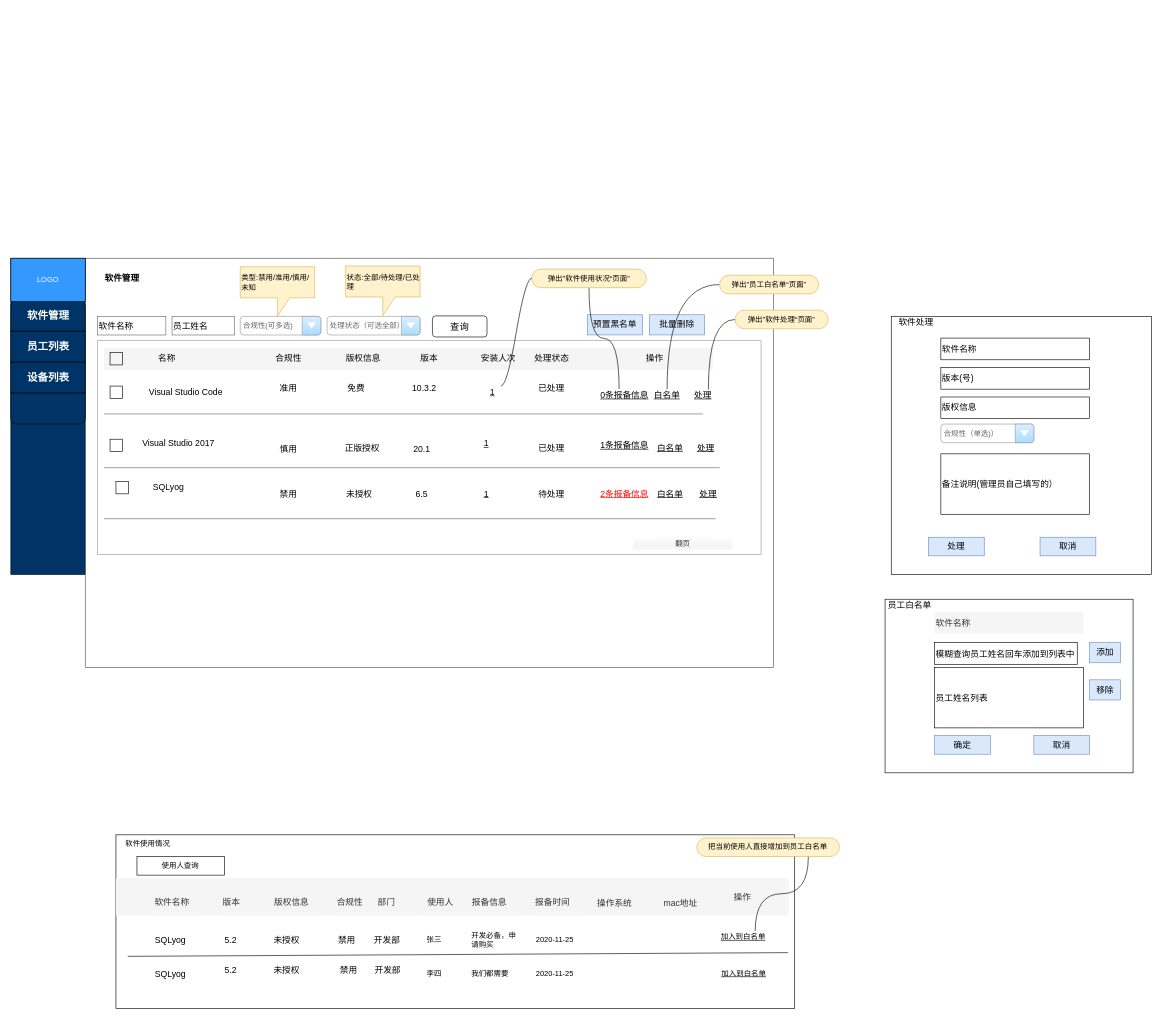
mashifei/uml keeps this draw.io diagram as page "后台管理v2" (8 of 8) of 正版软件管理.drawio. Above is the earlier version. Source tidied: cells renumbered, new cells numbered last; positions are measured from the earlier drawing's top-left corner, leaving out a move shared by most shapes. Both pictures are drawn from the tidied source at 62%, with x=0, y=0 at pixel (11, 258).
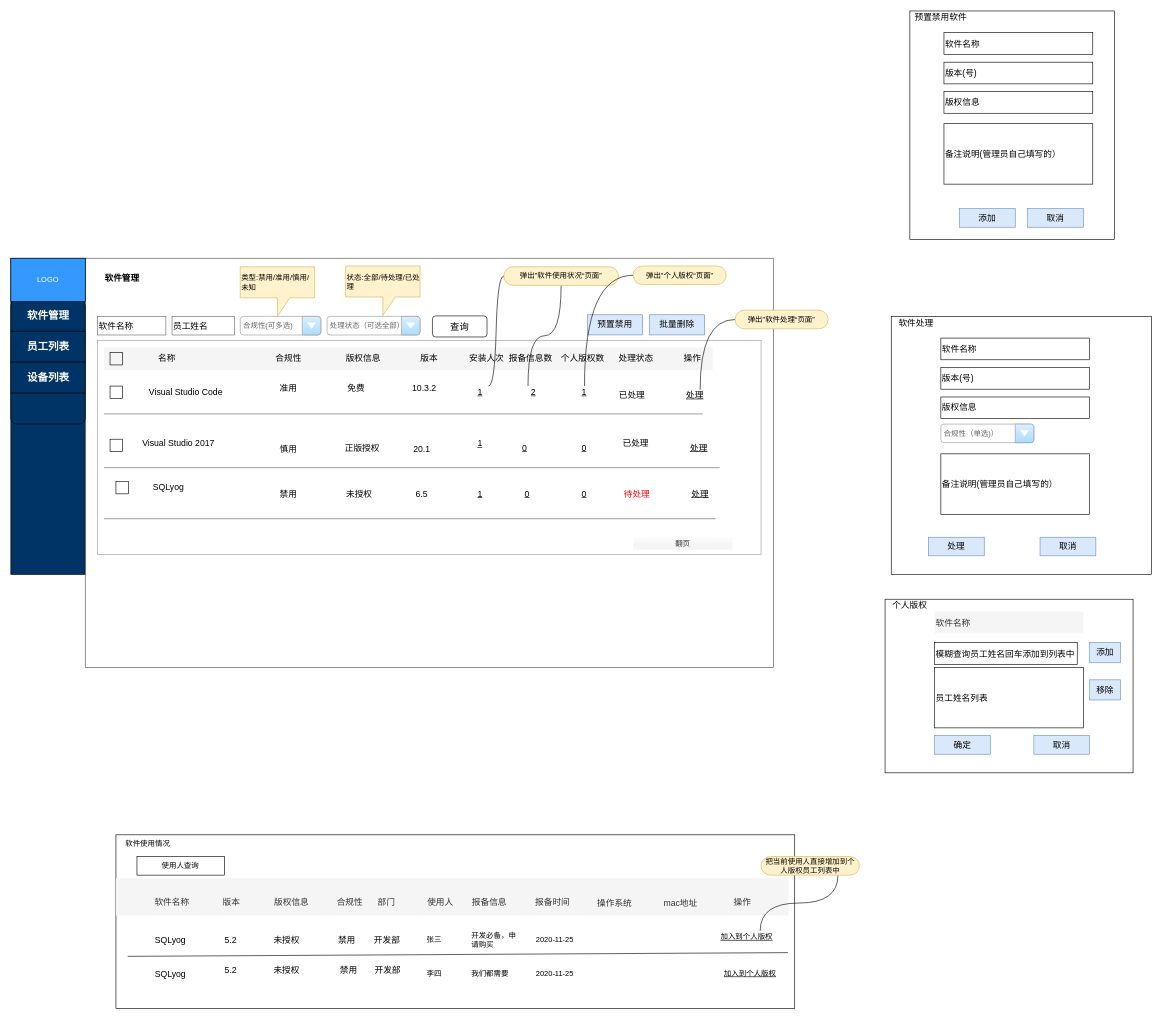
After the change.

Diff of the diagram source:
```diff
@@
-    <mxCell id="15" value="预置黑名单" style="rounded=0;whiteSpace=wrap;html=1;shadow=0;sketch=0;fontSize=14;fillColor=#dae8fc;strokeColor=#6c8ebf;" parent="1" vertex="1">
+    <mxCell id="15" value="预置禁用" style="rounded=0;whiteSpace=wrap;html=1;shadow=0;sketch=0;fontSize=14;fillColor=#dae8fc;strokeColor=#6c8ebf;" parent="1" vertex="1">
       <mxGeometry x="930" y="91.2" width="89" height="32.5" as="geometry" />
     </mxCell>
@@
     <mxCell id="37" value="1" style="text;html=1;strokeColor=none;fillColor=none;align=center;verticalAlign=middle;whiteSpace=wrap;rounded=0;shadow=0;sketch=0;fontSize=14;opacity=30;fontStyle=4;" parent="1" vertex="1">
-      <mxGeometry x="750" y="206.2" width="53.9" height="20" as="geometry" />
+      <mxGeometry x="730" y="206.2" width="53.9" height="20" as="geometry" />
     </mxCell>
     <mxCell id="38" value="1" style="text;html=1;strokeColor=none;fillColor=none;align=center;verticalAlign=middle;whiteSpace=wrap;rounded=0;shadow=0;sketch=0;fontSize=14;opacity=30;fontStyle=4;" parent="1" vertex="1">
-      <mxGeometry x="740" y="289.2" width="53.9" height="20" as="geometry" />
+      <mxGeometry x="730" y="289.2" width="53.9" height="20" as="geometry" />
     </mxCell>
     <mxCell id="39" value="1" style="text;html=1;strokeColor=none;fillColor=none;align=center;verticalAlign=middle;whiteSpace=wrap;rounded=0;shadow=0;sketch=0;fontSize=14;opacity=30;fontStyle=4;" parent="1" vertex="1">
-      <mxGeometry x="740" y="370" width="53.9" height="20" as="geometry" />
+      <mxGeometry x="730" y="370" width="53.9" height="20" as="geometry" />
     </mxCell>
     <mxCell id="40" value="已处理" style="text;html=1;strokeColor=none;fillColor=none;align=center;verticalAlign=middle;whiteSpace=wrap;rounded=0;shadow=0;sketch=0;fontSize=14;" parent="1" vertex="1">
-      <mxGeometry x="830" y="200" width="84.4" height="20" as="geometry" />
+      <mxGeometry x="960" y="211.2" width="84.4" height="20" as="geometry" />
     </mxCell>
-    <mxCell id="41" value="已处理" style="text;html=1;strokeColor=none;fillColor=none;align=center;verticalAlign=middle;whiteSpace=wrap;rounded=0;shadow=0;sketch=0;fontSize=14;" parent="1" vertex="1">
-      <mxGeometry x="830" y="295.5" width="84.4" height="20" as="geometry" />
+    <mxCell id="41" value="0" style="text;html=1;strokeColor=none;fillColor=none;align=center;verticalAlign=middle;whiteSpace=wrap;rounded=0;shadow=0;sketch=0;fontSize=14;fontStyle=4;" parent="1" vertex="1">
+      <mxGeometry x="883.1" y="295.5" width="84.4" height="20" as="geometry" />
     </mxCell>
-    <mxCell id="42" value="待处理" style="text;html=1;strokeColor=none;fillColor=none;align=center;verticalAlign=middle;whiteSpace=wrap;rounded=0;shadow=0;sketch=0;fontSize=14;" parent="1" vertex="1">
-      <mxGeometry x="830" y="370" width="84.4" height="20" as="geometry" />
+    <mxCell id="42" value="0" style="text;html=1;strokeColor=none;fillColor=none;align=center;verticalAlign=middle;whiteSpace=wrap;rounded=0;shadow=0;sketch=0;fontSize=14;fontStyle=4;" parent="1" vertex="1">
+      <mxGeometry x="883.1" y="370" width="84.4" height="20" as="geometry" />
     </mxCell>
@@
-    <mxCell id="47" value="1条报备信息" style="text;html=1;strokeColor=none;fillColor=none;align=center;verticalAlign=middle;whiteSpace=wrap;rounded=0;shadow=0;sketch=0;fontSize=14;fontStyle=4;" parent="1" vertex="1">
-      <mxGeometry x="940" y="291.9" width="100" height="20" as="geometry" />
-    </mxCell>
-    <mxCell id="48" value="2条报备信息" style="text;html=1;strokeColor=none;fillColor=none;align=center;verticalAlign=middle;whiteSpace=wrap;rounded=0;shadow=0;sketch=0;fontSize=14;fontStyle=4;fontColor=#FF0000;" parent="1" vertex="1">
-      <mxGeometry x="940" y="370" width="100" height="20" as="geometry" />
+    <mxCell id="48" value="待处理" style="text;html=1;strokeColor=none;fillColor=none;align=center;verticalAlign=middle;whiteSpace=wrap;rounded=0;shadow=0;sketch=0;fontSize=14;fontStyle=0;fontColor=#FF0000;" parent="1" vertex="1">
+      <mxGeometry x="960" y="370" width="100" height="20" as="geometry" />
     </mxCell>
     <mxCell id="49" value="处理" style="text;html=1;strokeColor=none;fillColor=none;align=center;verticalAlign=middle;whiteSpace=wrap;rounded=0;shadow=0;sketch=0;fontSize=14;fontStyle=4;" parent="1" vertex="1">
-      <mxGeometry x="1083.3" y="211.2" width="66.9" height="20" as="geometry" />
+      <mxGeometry x="1070" y="211.2" width="66.9" height="20" as="geometry" />
     </mxCell>
     <mxCell id="50" value="处理" style="text;html=1;strokeColor=none;fillColor=none;align=center;verticalAlign=middle;whiteSpace=wrap;rounded=0;shadow=0;sketch=0;fontSize=14;fontStyle=4;" parent="1" vertex="1">
-      <mxGeometry x="1091.9" y="295.5" width="58.3" height="20" as="geometry" />
+      <mxGeometry x="1080.9" y="295.5" width="58.3" height="20" as="geometry" />
     </mxCell>
     <mxCell id="51" value="处理" style="text;html=1;strokeColor=none;fillColor=none;align=center;verticalAlign=middle;whiteSpace=wrap;rounded=0;shadow=0;sketch=0;fontSize=14;fontStyle=4;" parent="1" vertex="1">
-      <mxGeometry x="1100.2" y="370" width="50" height="20" as="geometry" />
+      <mxGeometry x="1086.9" y="370" width="50" height="20" as="geometry" />
     </mxCell>
@@
     <mxCell id="63" value="安装人次" style="text;html=1;strokeColor=none;fillColor=none;align=center;verticalAlign=middle;whiteSpace=wrap;rounded=0;shadow=0;sketch=0;fontSize=14;" parent="1" vertex="1">
-      <mxGeometry x="737.6" y="152.1" width="96.9" height="20" as="geometry" />
+      <mxGeometry x="719.3" y="152.1" width="96.9" height="20" as="geometry" />
     </mxCell>
@@
     <mxCell id="69" value="处理状态" style="text;html=1;strokeColor=none;fillColor=none;align=center;verticalAlign=middle;whiteSpace=wrap;rounded=0;shadow=0;sketch=0;fontSize=14;" parent="1" vertex="1">
-      <mxGeometry x="823.8" y="152.1" width="96.9" height="20" as="geometry" />
+      <mxGeometry x="960" y="152.1" width="96.9" height="20" as="geometry" />
     </mxCell>
     <mxCell id="70" value="操作" style="text;html=1;strokeColor=none;fillColor=none;align=center;verticalAlign=middle;whiteSpace=wrap;rounded=0;shadow=0;sketch=0;fontSize=14;" parent="1" vertex="1">
-      <mxGeometry x="990" y="152.1" width="96.9" height="20" as="geometry" />
+      <mxGeometry x="1051.1" y="152.1" width="96.9" height="20" as="geometry" />
     </mxCell>
@@
-    <mxCell id="72" value="员工白名单" style="text;html=1;strokeColor=none;fillColor=none;align=center;verticalAlign=middle;whiteSpace=wrap;rounded=0;shadow=0;sketch=0;fontSize=14;fontColor=#000000;" parent="1" vertex="1">
+    <mxCell id="72" value="个人版权" style="text;html=1;strokeColor=none;fillColor=none;align=center;verticalAlign=middle;whiteSpace=wrap;rounded=0;shadow=0;sketch=0;fontSize=14;fontColor=#000000;" parent="1" vertex="1">
       <mxGeometry x="1400" y="550" width="100" height="20" as="geometry" />
     </mxCell>
@@
     <mxCell id="87" value="操作" style="rounded=0;whiteSpace=wrap;html=1;shadow=0;sketch=0;fillColor=#f5f5f5;fontSize=14;fontColor=#333333;align=left;strokeColor=none;" parent="1" vertex="1">
-      <mxGeometry x="1163.8" y="1012.5" width="67" height="35" as="geometry" />
+      <mxGeometry x="1163.8" y="1020" width="67" height="35" as="geometry" />
     </mxCell>
-    <mxCell id="88" value="加入到白名单" style="text;html=1;strokeColor=none;fillColor=none;align=center;verticalAlign=middle;whiteSpace=wrap;rounded=0;fontSize=12;fontColor=#000000;fontStyle=4;" parent="1" vertex="1">
-      <mxGeometry x="1144.3" y="1085" width="75" height="20" as="geometry" />
+    <mxCell id="88" value="加入到个人版权" style="text;html=1;strokeColor=none;fillColor=none;align=center;verticalAlign=middle;whiteSpace=wrap;rounded=0;fontSize=12;fontColor=#000000;fontStyle=4;" parent="1" vertex="1">
+      <mxGeometry x="1144.3" y="1085" width="85.7" height="20" as="geometry" />
     </mxCell>
-    <mxCell id="89" value="加入到白名单" style="text;html=1;strokeColor=none;fillColor=none;align=center;verticalAlign=middle;whiteSpace=wrap;rounded=0;fontSize=12;fontColor=#000000;fontStyle=4;" parent="1" vertex="1">
-      <mxGeometry x="1145.3" y="1144" width="75" height="20" as="geometry" />
+    <mxCell id="89" value="加入到个人版权" style="text;html=1;strokeColor=none;fillColor=none;align=center;verticalAlign=middle;whiteSpace=wrap;rounded=0;fontSize=12;fontColor=#000000;fontStyle=4;" parent="1" vertex="1">
+      <mxGeometry x="1145.3" y="1144" width="94.7" height="20" as="geometry" />
     </mxCell>
@@
-    <mxCell id="95" value="白名单" style="text;html=1;strokeColor=none;fillColor=none;align=center;verticalAlign=middle;whiteSpace=wrap;rounded=0;shadow=0;sketch=0;fontSize=14;fontStyle=4;" parent="1" vertex="1">
-      <mxGeometry x="1025" y="211.2" width="66.9" height="20" as="geometry" />
-    </mxCell>
-    <mxCell id="96" value="0条报备信息" style="text;html=1;strokeColor=none;fillColor=none;align=center;verticalAlign=middle;whiteSpace=wrap;rounded=0;shadow=0;sketch=0;fontSize=14;fontStyle=4;" parent="1" vertex="1">
-      <mxGeometry x="950" y="211.2" width="80" height="20" as="geometry" />
+    <mxCell id="96" value="2" style="text;html=1;strokeColor=none;fillColor=none;align=center;verticalAlign=middle;whiteSpace=wrap;rounded=0;shadow=0;sketch=0;fontSize=14;fontStyle=4;" parent="1" vertex="1">
+      <mxGeometry x="803.1" y="206.2" width="80" height="20" as="geometry" />
     </mxCell>
-    <mxCell id="97" style="edgeStyle=orthogonalEdgeStyle;rounded=0;orthogonalLoop=1;jettySize=auto;html=1;exitX=0.5;exitY=1;exitDx=0;exitDy=0;" parent="1" edge="1" source="47" target="47">
-      <mxGeometry relative="1" as="geometry" />
+    <mxCell id="97" style="edgeStyle=orthogonalEdgeStyle;rounded=0;orthogonalLoop=1;jettySize=auto;html=1;exitX=0.5;exitY=1;exitDx=0;exitDy=0;" parent="1" edge="1">
+      <mxGeometry relative="1" as="geometry">
+        <mxPoint x="1033.3" y="317.5" as="sourcePoint" />
+        <mxPoint x="1033.3" y="317.5" as="targetPoint" />
+      </mxGeometry>
     </mxCell>
-    <mxCell id="98" value="白名单" style="text;html=1;strokeColor=none;fillColor=none;align=center;verticalAlign=middle;whiteSpace=wrap;rounded=0;shadow=0;sketch=0;fontSize=14;fontStyle=4;" parent="1" vertex="1">
-      <mxGeometry x="1030" y="295.5" width="66.9" height="20" as="geometry" />
-    </mxCell>
-    <mxCell id="99" value="白名单" style="text;html=1;strokeColor=none;fillColor=none;align=center;verticalAlign=middle;whiteSpace=wrap;rounded=0;shadow=0;sketch=0;fontSize=14;fontStyle=4;" parent="1" vertex="1">
-      <mxGeometry x="1030" y="370" width="66.9" height="20" as="geometry" />
-    </mxCell>
@@
     <mxCell id="101" value="弹出&quot;软件使用状况“页面”" style="whiteSpace=wrap;html=1;rounded=1;arcSize=50;align=center;verticalAlign=middle;strokeWidth=1;spacing=4;newEdgeStyle={&quot;edgeStyle&quot;:&quot;entityRelationEdgeStyle&quot;,&quot;startArrow&quot;:&quot;none&quot;,&quot;endArrow&quot;:&quot;none&quot;,&quot;segment&quot;:10,&quot;curved&quot;:1};fillColor=#fff2cc;strokeColor=#d6b656;" parent="1" vertex="1">
-      <mxGeometry x="840" y="17.5" width="185" height="30" as="geometry" />
+      <mxGeometry x="795" y="13.8" width="185" height="30" as="geometry" />
     </mxCell>
@@
-    <mxCell id="103" style="edgeStyle=orthogonalEdgeStyle;curved=1;rounded=0;jettySize=auto;html=1;endArrow=none;endFill=0;" parent="1" edge="1" source="104" target="95">
-      <mxGeometry relative="1" as="geometry" />
-    </mxCell>
+    <mxCell id="126" style="edgeStyle=orthogonalEdgeStyle;curved=1;rounded=0;jettySize=auto;html=1;entryX=0.5;entryY=0;entryDx=0;entryDy=0;endArrow=none;endFill=0;" parent="1" edge="1" source="104" target="136">
+      <mxGeometry relative="1" as="geometry" />
+    </mxCell>
-    <mxCell id="104" value="弹出&quot;员工白名单“页面”" style="whiteSpace=wrap;html=1;rounded=1;arcSize=50;align=center;verticalAlign=middle;strokeWidth=1;spacing=4;newEdgeStyle={&quot;edgeStyle&quot;:&quot;entityRelationEdgeStyle&quot;,&quot;startArrow&quot;:&quot;none&quot;,&quot;endArrow&quot;:&quot;none&quot;,&quot;segment&quot;:10,&quot;curved&quot;:1};fillColor=#fff2cc;strokeColor=#d6b656;" parent="1" vertex="1">
-      <mxGeometry x="1143" y="27.5" width="160" height="30" as="geometry" />
+    <mxCell id="104" value="弹出&quot;个人版权“页面”" style="whiteSpace=wrap;html=1;rounded=1;arcSize=50;align=center;verticalAlign=middle;strokeWidth=1;spacing=4;newEdgeStyle={&quot;edgeStyle&quot;:&quot;entityRelationEdgeStyle&quot;,&quot;startArrow&quot;:&quot;none&quot;,&quot;endArrow&quot;:&quot;none&quot;,&quot;segment&quot;:10,&quot;curved&quot;:1};fillColor=#fff2cc;strokeColor=#d6b656;" parent="1" vertex="1">
+      <mxGeometry x="1003.8" y="12.5" width="150" height="30" as="geometry" />
     </mxCell>
@@
-    <mxCell id="119" value="把当前使用人直接增加到员工白名单" style="whiteSpace=wrap;html=1;rounded=1;arcSize=50;align=center;verticalAlign=middle;strokeWidth=1;spacing=4;newEdgeStyle={&quot;edgeStyle&quot;:&quot;entityRelationEdgeStyle&quot;,&quot;startArrow&quot;:&quot;none&quot;,&quot;endArrow&quot;:&quot;none&quot;,&quot;segment&quot;:10,&quot;curved&quot;:1};fillColor=#fff2cc;strokeColor=#d6b656;" parent="1" vertex="1">
-      <mxGeometry x="1106.4" y="935" width="230" height="30" as="geometry" />
+    <mxCell id="119" value="把当前使用人直接增加到个人版权员工列表中" style="whiteSpace=wrap;html=1;rounded=1;arcSize=50;align=center;verticalAlign=middle;strokeWidth=1;spacing=4;newEdgeStyle={&quot;edgeStyle&quot;:&quot;entityRelationEdgeStyle&quot;,&quot;startArrow&quot;:&quot;none&quot;,&quot;endArrow&quot;:&quot;none&quot;,&quot;segment&quot;:10,&quot;curved&quot;:1};fillColor=#fff2cc;strokeColor=#d6b656;" parent="1" vertex="1">
+      <mxGeometry x="1210" y="965" width="158.6" height="30" as="geometry" />
     </mxCell>
@@
+    <mxCell id="127" style="whiteSpace=wrap;html=1;rounded=0;shadow=0;sketch=0;strokeColor=#000000;fillColor=#ffffff;fontSize=14;fontColor=#000000;align=center;" parent="1" vertex="1">
+      <mxGeometry x="1450" y="-398.8" width="330" height="368.8" as="geometry" />
+    </mxCell>
+    <mxCell id="128" value="预置禁用软件" style="text;html=1;strokeColor=none;fillColor=none;align=center;verticalAlign=middle;whiteSpace=wrap;rounded=0;shadow=0;sketch=0;fontSize=14;fontColor=#000000;" parent="1" vertex="1">
+      <mxGeometry x="1450" y="-398.8" width="100" height="20" as="geometry" />
+    </mxCell>
+    <mxCell id="129" value="软件名称" style="rounded=0;whiteSpace=wrap;html=1;shadow=0;sketch=0;strokeColor=#000000;fillColor=none;fontSize=14;fontColor=#000000;align=left;" parent="1" vertex="1">
+      <mxGeometry x="1505" y="-363.8" width="240" height="35" as="geometry" />
+    </mxCell>
+    <mxCell id="130" value="版权信息" style="rounded=0;whiteSpace=wrap;html=1;shadow=0;sketch=0;strokeColor=#000000;fillColor=none;fontSize=14;fontColor=#000000;align=left;" parent="1" vertex="1">
+      <mxGeometry x="1505" y="-268.8" width="240" height="35" as="geometry" />
+    </mxCell>
+    <mxCell id="131" value="备注说明(管理员自己填写的）" style="rounded=0;whiteSpace=wrap;html=1;shadow=0;sketch=0;strokeColor=#000000;fillColor=none;fontSize=14;fontColor=#000000;align=left;" parent="1" vertex="1">
+      <mxGeometry x="1505" y="-217" width="240" height="97.5" as="geometry" />
+    </mxCell>
+    <mxCell id="132" value="添加" style="rounded=0;whiteSpace=wrap;html=1;shadow=0;sketch=0;strokeColor=#6c8ebf;fillColor=#dae8fc;fontSize=14;align=center;" parent="1" vertex="1">
+      <mxGeometry x="1530" y="-80" width="90" height="30" as="geometry" />
+    </mxCell>
+    <mxCell id="133" value="取消" style="rounded=0;whiteSpace=wrap;html=1;shadow=0;sketch=0;strokeColor=#6c8ebf;fillColor=#dae8fc;fontSize=14;align=center;" parent="1" vertex="1">
+      <mxGeometry x="1640" y="-80" width="90" height="30" as="geometry" />
+    </mxCell>
+    <mxCell id="134" value="版本(号)" style="rounded=0;whiteSpace=wrap;html=1;shadow=0;sketch=0;strokeColor=#000000;fillColor=none;fontSize=14;fontColor=#000000;align=left;" parent="1" vertex="1">
+      <mxGeometry x="1505" y="-316.2" width="240" height="35" as="geometry" />
+    </mxCell>
+    <mxCell id="135" value="报备信息数" style="text;html=1;strokeColor=none;fillColor=none;align=center;verticalAlign=middle;whiteSpace=wrap;rounded=0;shadow=0;sketch=0;fontSize=14;" parent="1" vertex="1">
+      <mxGeometry x="790" y="152.1" width="96.9" height="20" as="geometry" />
+    </mxCell>
+    <mxCell id="136" value="1" style="text;html=1;strokeColor=none;fillColor=none;align=center;verticalAlign=middle;whiteSpace=wrap;rounded=0;shadow=0;sketch=0;fontSize=14;opacity=30;fontStyle=4;" parent="1" vertex="1">
+      <mxGeometry x="898.3" y="206.2" width="53.9" height="20" as="geometry" />
+    </mxCell>
+    <mxCell id="137" value="0" style="text;html=1;strokeColor=none;fillColor=none;align=center;verticalAlign=middle;whiteSpace=wrap;rounded=0;shadow=0;sketch=0;fontSize=14;opacity=30;fontStyle=4;" parent="1" vertex="1">
+      <mxGeometry x="802.3" y="295.5" width="53.9" height="20" as="geometry" />
+    </mxCell>
+    <mxCell id="138" value="0" style="text;html=1;strokeColor=none;fillColor=none;align=center;verticalAlign=middle;whiteSpace=wrap;rounded=0;shadow=0;sketch=0;fontSize=14;opacity=30;fontStyle=4;" parent="1" vertex="1">
+      <mxGeometry x="806.1" y="370" width="53.9" height="20" as="geometry" />
+    </mxCell>
+    <mxCell id="139" style="edgeStyle=orthogonalEdgeStyle;curved=1;rounded=0;orthogonalLoop=1;jettySize=auto;html=1;exitX=0.5;exitY=1;exitDx=0;exitDy=0;endArrow=none;endFill=0;" parent="1" edge="1" source="51" target="51">
+      <mxGeometry relative="1" as="geometry" />
+    </mxCell>
+    <mxCell id="140" value="个人版权数" style="text;html=1;strokeColor=none;fillColor=none;align=center;verticalAlign=middle;whiteSpace=wrap;rounded=0;shadow=0;sketch=0;fontSize=14;" parent="1" vertex="1">
+      <mxGeometry x="874.4" y="152.1" width="96.9" height="20" as="geometry" />
+    </mxCell>
+    <mxCell id="141" value="已处理" style="text;html=1;strokeColor=none;fillColor=none;align=center;verticalAlign=middle;whiteSpace=wrap;rounded=0;shadow=0;sketch=0;fontSize=14;" parent="1" vertex="1">
+      <mxGeometry x="966.2" y="289.2" width="84.4" height="20" as="geometry" />
+    </mxCell>
```
